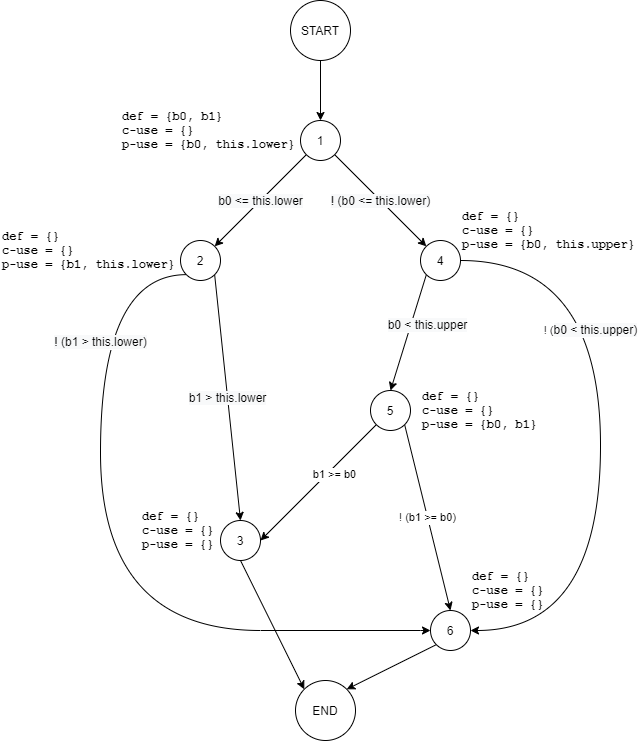
meng-ucalgary/seng-637-assignment-3 keeps this draw.io diagram as drafts/DFG_Intersects.png. Above is the earlier version. Source tidied: cells renumbered, new cells last; positions are measured from the earlier drawing's top-left corner, leaving out a move shared by most shapes.
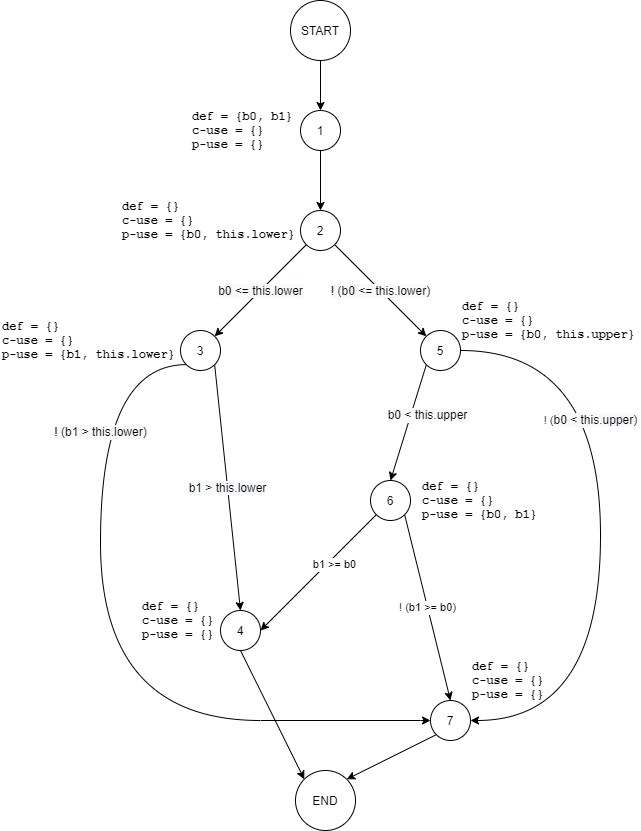
After the commit.

Commit message:
manual calculations for intersects

Change to the diagram source:
```diff
@@ -2,11 +2,11 @@
   <root>
     <mxCell id="0" />
     <mxCell id="1" parent="0" />
-    <mxCell id="2" style="edgeStyle=orthogonalEdgeStyle;rounded=0;jettySize=auto;html=1;" parent="1" edge="1" source="3" target="6">
-      <mxGeometry relative="1" as="geometry" />
-    </mxCell>
+    <mxCell id="27" style="edgeStyle=orthogonalEdgeStyle;rounded=0;jettySize=auto;html=1;" parent="1" edge="1" source="3" target="29">
+      <mxGeometry relative="1" as="geometry" />
+    </mxCell>
     <mxCell id="3" value="START" style="ellipse;whiteSpace=wrap;html=1;" parent="1" vertex="1">
-      <mxGeometry x="290" width="60" height="60" as="geometry" />
+      <mxGeometry x="290" y="-90" width="60" height="60" as="geometry" />
     </mxCell>
     <mxCell id="4" value="&lt;span style=&quot;font-size: 12px ; background-color: rgb(248 , 249 , 250)&quot;&gt;b0 &amp;lt;= this.lower&lt;/span&gt;" style="rounded=0;jettySize=auto;html=1;exitX=0;exitY=1;exitDx=0;exitDy=0;entryX=1;entryY=0;entryDx=0;entryDy=0;" parent="1" edge="1" source="6" target="10">
       <mxGeometry relative="1" as="geometry" />
@@ -14,10 +14,10 @@
     <mxCell id="5" value="&lt;span style=&quot;font-size: 12px ; background-color: rgb(248 , 249 , 250)&quot;&gt;! (b0 &amp;lt;= this.lower)&lt;/span&gt;" style="edgeStyle=none;rounded=0;jettySize=auto;html=1;exitX=1;exitY=1;exitDx=0;exitDy=0;entryX=0;entryY=0;entryDx=0;entryDy=0;" parent="1" edge="1" source="6" target="13">
       <mxGeometry relative="1" as="geometry" />
     </mxCell>
-    <mxCell id="6" value="1" style="ellipse;whiteSpace=wrap;html=1;" parent="1" vertex="1">
+    <mxCell id="6" value="2" style="ellipse;whiteSpace=wrap;html=1;" parent="1" vertex="1">
       <mxGeometry x="300" y="120" width="40" height="40" as="geometry" />
     </mxCell>
-    <mxCell id="7" value="def = {b0, b1}&lt;br&gt;c-use = {}&lt;br&gt;p-use = {b0, this.lower}" style="text;html=1;strokeColor=none;fillColor=none;align=left;verticalAlign=middle;whiteSpace=wrap;rounded=0;fontStyle=1;fontFamily=Courier New;" parent="1" vertex="1">
+    <mxCell id="7" value="def = {}&lt;br&gt;c-use = {}&lt;br&gt;p-use = {b0, this.lower}" style="text;html=1;strokeColor=none;fillColor=none;align=left;verticalAlign=middle;whiteSpace=wrap;rounded=0;fontStyle=1;fontFamily=Courier New;" parent="1" vertex="1">
       <mxGeometry x="120" y="100" width="180" height="60" as="geometry" />
     </mxCell>
     <mxCell id="8" value="&lt;span style=&quot;font-size: 12px ; background-color: rgb(248 , 249 , 250)&quot;&gt;b1 &amp;gt; this.lower&lt;/span&gt;" style="edgeStyle=none;rounded=0;jettySize=auto;html=1;exitX=1;exitY=1;exitDx=0;exitDy=0;entryX=0.5;entryY=0;entryDx=0;entryDy=0;" parent="1" edge="1" source="10" target="19">
@@ -32,7 +32,7 @@
         </Array>
       </mxGeometry>
     </mxCell>
-    <mxCell id="10" value="2" style="ellipse;whiteSpace=wrap;html=1;" parent="1" vertex="1">
+    <mxCell id="10" value="3" style="ellipse;whiteSpace=wrap;html=1;" parent="1" vertex="1">
       <mxGeometry x="180" y="240" width="40" height="40" as="geometry" />
     </mxCell>
     <mxCell id="11" value="&lt;span style=&quot;font-family: &amp;#34;helvetica&amp;#34; ; font-size: 12px ; background-color: rgb(248 , 249 , 250)&quot;&gt;b0 &amp;lt; this.upper&lt;/span&gt;" style="edgeStyle=none;rounded=0;jettySize=auto;html=1;exitX=0;exitY=1;exitDx=0;exitDy=0;fontFamily=Courier New;entryX=0.5;entryY=0;entryDx=0;entryDy=0;" parent="1" edge="1" source="13" target="17">
@@ -48,7 +48,7 @@
         </Array>
       </mxGeometry>
     </mxCell>
-    <mxCell id="13" value="4" style="ellipse;whiteSpace=wrap;html=1;" parent="1" vertex="1">
+    <mxCell id="13" value="5" style="ellipse;whiteSpace=wrap;html=1;" parent="1" vertex="1">
       <mxGeometry x="420" y="240" width="40" height="40" as="geometry" />
     </mxCell>
     <mxCell id="14" value="def = {}&lt;br&gt;c-use = {}&lt;br&gt;p-use = {b1, this.lower}" style="text;html=1;strokeColor=none;fillColor=none;align=left;verticalAlign=middle;whiteSpace=wrap;rounded=0;fontStyle=1;fontFamily=Courier New;" parent="1" vertex="1">
@@ -60,19 +60,19 @@
     <mxCell id="16" value="&lt;span style=&quot;font-family: &amp;#34;helvetica&amp;#34;&quot;&gt;! (b1 &amp;gt;= b0)&lt;/span&gt;" style="edgeStyle=none;rounded=0;jettySize=auto;html=1;exitX=1;exitY=1;exitDx=0;exitDy=0;entryX=0.5;entryY=0;entryDx=0;entryDy=0;fontFamily=Courier New;" parent="1" edge="1" source="17" target="21">
       <mxGeometry relative="1" as="geometry" />
     </mxCell>
-    <mxCell id="17" value="5" style="ellipse;whiteSpace=wrap;html=1;" parent="1" vertex="1">
+    <mxCell id="17" value="6" style="ellipse;whiteSpace=wrap;html=1;" parent="1" vertex="1">
       <mxGeometry x="370" y="390" width="40" height="40" as="geometry" />
     </mxCell>
     <mxCell id="18" style="rounded=0;jettySize=auto;html=1;exitX=0.5;exitY=1;exitDx=0;exitDy=0;entryX=0;entryY=0;entryDx=0;entryDy=0;fontFamily=Courier New;" parent="1" edge="1" source="19" target="22">
       <mxGeometry relative="1" as="geometry" />
     </mxCell>
-    <mxCell id="19" value="3" style="ellipse;whiteSpace=wrap;html=1;" parent="1" vertex="1">
+    <mxCell id="19" value="4" style="ellipse;whiteSpace=wrap;html=1;" parent="1" vertex="1">
       <mxGeometry x="220" y="520" width="40" height="40" as="geometry" />
     </mxCell>
     <mxCell id="20" style="edgeStyle=none;rounded=0;jettySize=auto;html=1;exitX=0;exitY=1;exitDx=0;exitDy=0;entryX=1;entryY=0;entryDx=0;entryDy=0;fontFamily=Courier New;" parent="1" edge="1" source="21" target="22">
       <mxGeometry relative="1" as="geometry" />
     </mxCell>
-    <mxCell id="21" value="6" style="ellipse;whiteSpace=wrap;html=1;" parent="1" vertex="1">
+    <mxCell id="21" value="7" style="ellipse;whiteSpace=wrap;html=1;" parent="1" vertex="1">
       <mxGeometry x="430" y="610" width="40" height="40" as="geometry" />
     </mxCell>
     <mxCell id="22" value="END" style="ellipse;whiteSpace=wrap;html=1;" parent="1" vertex="1">
@@ -90,5 +90,14 @@
     <mxCell id="26" value="def = {}&lt;br&gt;c-use = {}&lt;br&gt;p-use = {b0, b1}" style="text;html=1;strokeColor=none;fillColor=none;align=left;verticalAlign=middle;whiteSpace=wrap;rounded=0;fontStyle=1;fontFamily=Courier New;" parent="1" vertex="1">
       <mxGeometry x="420" y="380" width="120" height="60" as="geometry" />
     </mxCell>
+    <mxCell id="28" style="edgeStyle=orthogonalEdgeStyle;rounded=0;jettySize=auto;html=1;entryX=0.5;entryY=0;entryDx=0;entryDy=0;" parent="1" edge="1" source="29" target="6">
+      <mxGeometry relative="1" as="geometry" />
+    </mxCell>
+    <mxCell id="29" value="1" style="ellipse;whiteSpace=wrap;html=1;" parent="1" vertex="1">
+      <mxGeometry x="300" y="20" width="40" height="40" as="geometry" />
+    </mxCell>
+    <mxCell id="30" value="def = {b0, b1}&lt;br&gt;c-use = {}&lt;br&gt;p-use = {}" style="text;html=1;strokeColor=none;fillColor=none;align=left;verticalAlign=middle;whiteSpace=wrap;rounded=0;fontStyle=1;fontFamily=Courier New;" parent="1" vertex="1">
+      <mxGeometry x="190" y="10" width="180" height="60" as="geometry" />
+    </mxCell>
   </root>
 </mxGraphModel>
```
